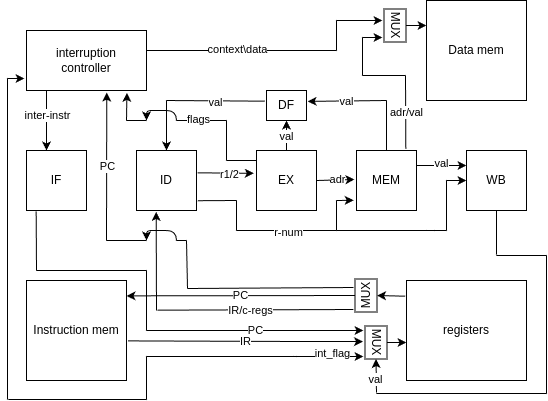
tinunadno/csa_4th_lab keeps this draw.io diagram as contents/risc_DATAPATH.png. Above is the earlier version. Source tidied: cells renumbered, new cells last; positions are measured from the earlier drawing's top-left corner, leaving out a move shared by most shapes.
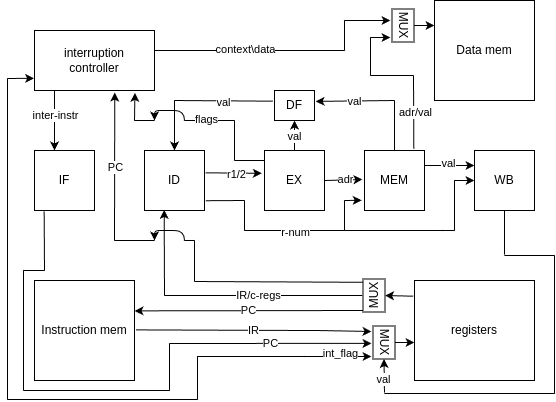
Above is the later version.

The edit, as a diff of the source:
```diff
@@ -29,16 +29,18 @@
     <mxCell id="10" value="Instruction mem" style="whiteSpace=wrap;html=1;" parent="1" vertex="1">
       <mxGeometry x="19" y="280" width="100" height="100" as="geometry" />
     </mxCell>
-    <mxCell id="11" value="PC" style="endArrow=classic;html=1;rounded=0;entryX=1.011;entryY=0.649;entryDx=0;entryDy=0;entryPerimeter=0;exitX=0.5;exitY=0;exitDx=0;exitDy=0;" parent="1" edge="1" source="76">
+    <mxCell id="11" value="PC" style="endArrow=classic;html=1;rounded=0;entryX=1.011;entryY=0.649;entryDx=0;entryDy=0;entryPerimeter=0;exitX=0.5;exitY=0;exitDx=0;exitDy=0;" parent="1" edge="1">
       <mxGeometry relative="1" as="geometry">
-        <mxPoint x="119" y="295.3" as="targetPoint" />
+        <mxPoint x="347.5" y="310" as="sourcePoint" />
+        <mxPoint x="119" y="310.3" as="targetPoint" />
       </mxGeometry>
     </mxCell>
-    <mxCell id="12" value="IR" style="endArrow=classic;html=1;rounded=0;exitX=1.015;exitY=0.604;exitDx=0;exitDy=0;exitPerimeter=0;" parent="1" edge="1" source="10">
+    <mxCell id="12" value="IR" style="endArrow=classic;html=1;rounded=0;exitX=1.015;exitY=0.604;exitDx=0;exitDy=0;exitPerimeter=0;" parent="1" edge="1">
       <mxGeometry relative="1" as="geometry">
-        <mxPoint x="355.5" y="341.1" as="targetPoint" />
+        <mxPoint x="120.5" y="329.4" as="sourcePoint" />
+        <mxPoint x="356" y="331" as="targetPoint" />
         <Array as="points">
-          <mxPoint x="304.5" y="341.1" />
+          <mxPoint x="304.5" y="330.1" />
         </Array>
       </mxGeometry>
     </mxCell>
@@ -50,33 +52,34 @@
     <mxCell id="14" style="endArrow=none;html=1;rounded=0;" parent="1" edge="1">
       <mxGeometry relative="1" as="geometry">
         <mxPoint x="29" y="270" as="sourcePoint" />
-        <mxPoint x="139" y="270" as="targetPoint" />
+        <mxPoint x="8" y="270" as="targetPoint" />
       </mxGeometry>
     </mxCell>
     <mxCell id="15" style="endArrow=none;html=1;rounded=0;" parent="1" edge="1">
       <mxGeometry relative="1" as="geometry">
-        <mxPoint x="139" y="330" as="sourcePoint" />
-        <mxPoint x="139" y="270" as="targetPoint" />
+        <mxPoint x="8" y="390" as="sourcePoint" />
+        <mxPoint x="8" y="270" as="targetPoint" />
       </mxGeometry>
     </mxCell>
     <mxCell id="16" value="PC" style="endArrow=classic;html=1;rounded=0;" parent="1" edge="1">
       <mxGeometry relative="1" as="geometry">
-        <mxPoint x="139" y="330" as="sourcePoint" />
-        <mxPoint x="356" y="330" as="targetPoint" />
+        <mxPoint x="154" y="343" as="sourcePoint" />
+        <mxPoint x="356" y="342.9" as="targetPoint" />
       </mxGeometry>
     </mxCell>
     <mxCell id="17" style="endArrow=none;html=1;rounded=0;entryX=0.278;entryY=-0.122;entryDx=0;entryDy=0;entryPerimeter=0;" parent="1" edge="1">
       <mxGeometry relative="1" as="geometry">
-        <mxPoint x="150" y="309.7" as="sourcePoint" />
-        <mxPoint x="345.8" y="309" as="targetPoint" />
+        <mxPoint x="149" y="295" as="sourcePoint" />
+        <mxPoint x="346.8" y="295" as="targetPoint" />
       </mxGeometry>
     </mxCell>
     <mxCell id="18" value="IR/c-regs" style="edgeLabel;html=1;align=center;verticalAlign=middle;" parent="17" vertex="1">
       <mxGeometry x="-0.05" relative="1" as="geometry" />
     </mxCell>
-    <mxCell id="19" style="endArrow=classic;html=1;rounded=0;entryX=0.328;entryY=1.023;entryDx=0;entryDy=0;entryPerimeter=0;" parent="1" edge="1" target="4">
+    <mxCell id="19" style="endArrow=classic;html=1;rounded=0;entryX=0.328;entryY=1.023;entryDx=0;entryDy=0;entryPerimeter=0;" parent="1" edge="1">
       <mxGeometry relative="1" as="geometry">
-        <mxPoint x="149" y="310" as="sourcePoint" />
+        <mxPoint x="149" y="295" as="sourcePoint" />
+        <mxPoint x="148.7" y="209.4" as="targetPoint" />
       </mxGeometry>
     </mxCell>
     <mxCell id="20" style="endArrow=classic;html=1;rounded=0;exitX=1.018;exitY=0.372;exitDx=0;exitDy=0;exitPerimeter=0;entryX=-0.045;entryY=0.38;entryDx=0;entryDy=0;entryPerimeter=0;" parent="1" edge="1" source="4" target="5">
@@ -238,13 +241,13 @@
     </mxCell>
     <mxCell id="55" style="endArrow=none;html=1;rounded=0;" parent="1" edge="1">
       <mxGeometry relative="1" as="geometry">
-        <mxPoint x="139" y="356" as="sourcePoint" />
+        <mxPoint x="182" y="356" as="sourcePoint" />
         <mxPoint x="289" y="356" as="targetPoint" />
       </mxGeometry>
     </mxCell>
     <mxCell id="56" style="endArrow=none;html=1;rounded=0;" parent="1" edge="1">
       <mxGeometry relative="1" as="geometry">
-        <mxPoint x="180" y="288" as="sourcePoint" />
+        <mxPoint x="179" y="281" as="sourcePoint" />
         <mxPoint x="179" y="240" as="targetPoint" />
       </mxGeometry>
     </mxCell>
@@ -359,10 +362,9 @@
     <mxCell id="77" style="endArrow=classic;html=1;rounded=0;exitX=-0.011;exitY=0.157;exitDx=0;exitDy=0;exitPerimeter=0;entryX=0.5;entryY=1;entryDx=0;entryDy=0;" parent="1" edge="1" source="8" target="76">
       <mxGeometry relative="1" as="geometry" />
     </mxCell>
-    <mxCell id="78" style="endArrow=none;html=1;rounded=0;" parent="1" edge="1">
+    <mxCell id="78" style="endArrow=none;html=1;rounded=0;entryX=0.9;entryY=-0.005;entryDx=0;entryDy=0;entryPerimeter=0;" parent="1" edge="1" target="76">
       <mxGeometry relative="1" as="geometry">
-        <mxPoint x="180" y="288" as="sourcePoint" />
-        <mxPoint x="346" y="287" as="targetPoint" />
+        <mxPoint x="179" y="281" as="sourcePoint" />
       </mxGeometry>
     </mxCell>
     <mxCell id="79" value="MUX" style="rounded=0;whiteSpace=wrap;html=1;rotation=90;" parent="1" vertex="1">
@@ -370,26 +372,25 @@
     </mxCell>
     <mxCell id="80" style="endArrow=none;html=1;rounded=0;" parent="1" edge="1">
       <mxGeometry relative="1" as="geometry">
-        <mxPoint x="139" y="399" as="sourcePoint" />
-        <mxPoint x="139" y="356" as="targetPoint" />
+        <mxPoint x="182" y="399" as="sourcePoint" />
+        <mxPoint x="182" y="356" as="targetPoint" />
       </mxGeometry>
     </mxCell>
     <mxCell id="81" style="endArrow=none;html=1;rounded=0;" parent="1" edge="1">
       <mxGeometry relative="1" as="geometry">
-        <mxPoint x="1" y="399" as="sourcePoint" />
-        <mxPoint x="139" y="399" as="targetPoint" />
+        <mxPoint x="-8" y="399" as="sourcePoint" />
+        <mxPoint x="182" y="399" as="targetPoint" />
       </mxGeometry>
     </mxCell>
     <mxCell id="82" style="endArrow=none;html=1;rounded=0;" parent="1" edge="1">
       <mxGeometry relative="1" as="geometry">
-        <mxPoint y="399" as="sourcePoint" />
-        <mxPoint y="78" as="targetPoint" />
+        <mxPoint x="-8" y="399" as="sourcePoint" />
+        <mxPoint x="-8" y="78" as="targetPoint" />
       </mxGeometry>
     </mxCell>
-    <mxCell id="83" style="endArrow=classic;html=1;rounded=0;" parent="1" edge="1">
+    <mxCell id="83" style="endArrow=classic;html=1;rounded=0;entryX=-0.003;entryY=0.797;entryDx=0;entryDy=0;entryPerimeter=0;" parent="1" edge="1" target="2">
       <mxGeometry relative="1" as="geometry">
-        <mxPoint y="78" as="sourcePoint" />
-        <mxPoint x="17" y="78" as="targetPoint" />
+        <mxPoint x="-8" y="78" as="sourcePoint" />
       </mxGeometry>
     </mxCell>
     <mxCell id="84" style="endArrow=classic;html=1;rounded=0;exitX=0.5;exitY=0;exitDx=0;exitDy=0;entryX=0;entryY=0.62;entryDx=0;entryDy=0;entryPerimeter=0;" parent="1" edge="1" source="79" target="8">
@@ -418,5 +419,17 @@
         <mxPoint x="539" y="255" as="targetPoint" />
       </mxGeometry>
     </mxCell>
+    <mxCell id="89" style="endArrow=none;html=1;rounded=0;" parent="1" edge="1">
+      <mxGeometry relative="1" as="geometry">
+        <mxPoint x="8" y="390" as="sourcePoint" />
+        <mxPoint x="154" y="390" as="targetPoint" />
+      </mxGeometry>
+    </mxCell>
+    <mxCell id="90" style="endArrow=none;html=1;rounded=0;" parent="1" edge="1">
+      <mxGeometry relative="1" as="geometry">
+        <mxPoint x="154" y="390" as="sourcePoint" />
+        <mxPoint x="154" y="343" as="targetPoint" />
+      </mxGeometry>
+    </mxCell>
   </root>
 </mxGraphModel>
```
